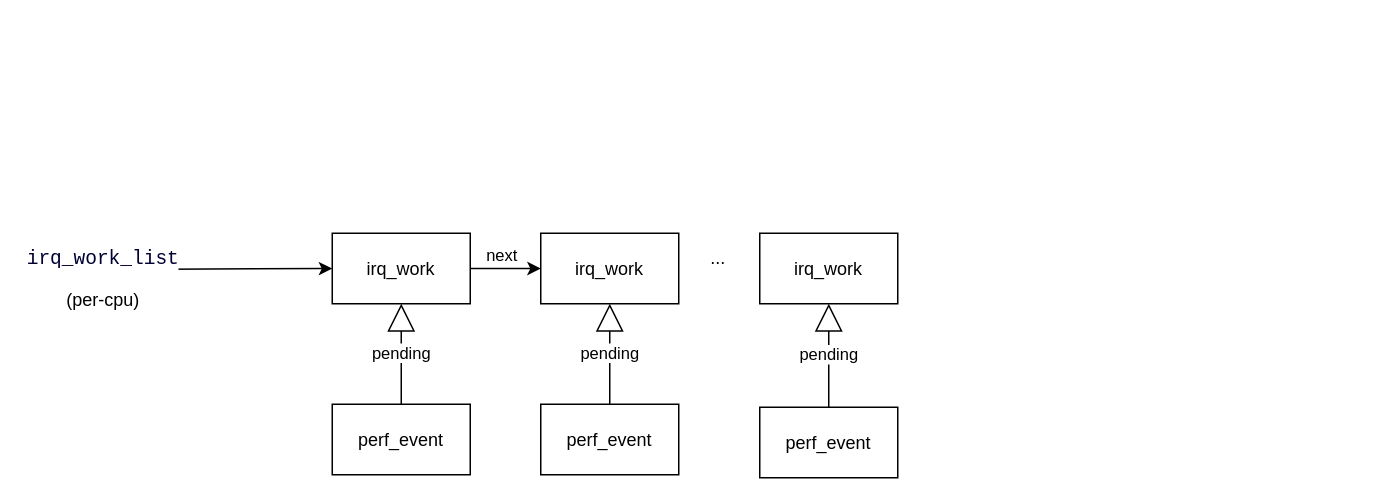
Earlier version of the draw.io diagram linux.drawio (jasonactions/graph). Source tidied: cells renumbered, new cells numbered last; positions are measured from the earlier drawing's top-left corner, leaving out a move shared by most shapes. Both pictures are drawn from the tidied source at 150%, with x=0, y=0 at pixel (26, 216).
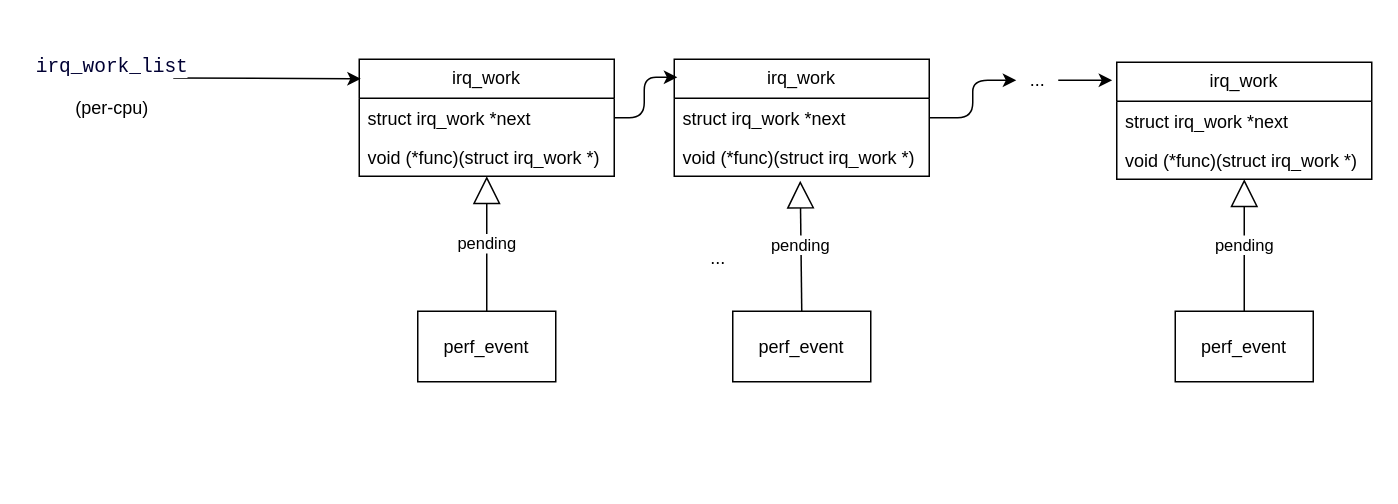
After the change.

The edit, as a diff of the source:
```diff
@@
-    <mxCell id="2" style="edgeStyle=orthogonalEdgeStyle;rounded=0;jettySize=auto;html=1;entryX=0;entryY=0.5;entryDx=0;entryDy=0;" parent="1" edge="1" source="4" target="7">
-      <mxGeometry relative="1" as="geometry" />
-    </mxCell>
-    <mxCell id="3" value="next" style="edgeLabel;html=1;align=center;verticalAlign=middle;" parent="2" vertex="1">
-      <mxGeometry x="-0.23" y="-1" relative="1" as="geometry">
-        <mxPoint x="2" y="-10" as="offset" />
-      </mxGeometry>
-    </mxCell>
-    <mxCell id="4" value="irq_work" style="rounded=0;whiteSpace=wrap;html=1;" parent="1" vertex="1">
-      <mxGeometry x="204" y="11" width="92" height="47" as="geometry" />
-    </mxCell>
-    <mxCell id="5" style="endArrow=classic;html=1;rounded=0;entryX=0;entryY=0.5;entryDx=0;entryDy=0;" parent="1" edge="1" target="4">
+    <mxCell id="5" style="endArrow=classic;html=1;rounded=0;entryX=0.006;entryY=0.167;entryDx=0;entryDy=0;entryPerimeter=0;" parent="1" edge="1" target="16">
       <mxGeometry relative="1" as="geometry">
-        <mxPoint x="92" y="35" as="sourcePoint" />
+        <mxPoint x="98" y="-92.5" as="sourcePoint" />
       </mxGeometry>
     </mxCell>
     <mxCell id="6" value="&lt;pre style=&quot;font-size: 13px; font-family: monospace; background: rgb(255, 255, 255); color: rgb(0, 0, 51); white-space: pre-wrap; font-style: normal; font-variant-ligatures: normal; font-variant-caps: normal; font-weight: 400; letter-spacing: normal; orphans: 2; text-align: start; text-indent: 0px; text-transform: none; widows: 2; word-spacing: 0px; -webkit-text-stroke-width: 0px; text-decoration-thickness: initial; text-decoration-style: initial; text-decoration-color: initial;&quot; id=&quot;b&quot;&gt;irq_work_list&lt;/pre&gt;&lt;div&gt;(per-cpu)&lt;/div&gt;" style="text;html=1;align=center;verticalAlign=middle;strokeColor=none;fillColor=none;" parent="1" vertex="1">
-      <mxGeometry y="0.5" width="101" height="68" as="geometry" />
+      <mxGeometry x="6" y="-127" width="101" height="68" as="geometry" />
     </mxCell>
-    <mxCell id="7" value="irq_work" style="rounded=0;whiteSpace=wrap;html=1;" parent="1" vertex="1">
-      <mxGeometry x="343" y="11" width="92" height="47" as="geometry" />
-    </mxCell>
-    <mxCell id="8" value="irq_work" style="rounded=0;whiteSpace=wrap;html=1;" parent="1" vertex="1">
-      <mxGeometry x="489" y="11" width="92" height="47" as="geometry" />
-    </mxCell>
@@
     <mxCell id="10" value="&lt;div&gt;&lt;div class=&quot;old-record-id-DbdAdlFTuo4FoVx9vjuccRTBneh&quot;&gt;perf_event&lt;/div&gt;&lt;/div&gt;&lt;span class=&quot;lark-record-clipboard&quot; data-lark-record-data=&quot;{&amp;quot;rootId&amp;quot;:&amp;quot;EvEZdxgZfojrwZxC1i3cj48qnFf&amp;quot;,&amp;quot;text&amp;quot;:{&amp;quot;initialAttributedTexts&amp;quot;:{&amp;quot;text&amp;quot;:{&amp;quot;0&amp;quot;:&amp;quot;perf_event&amp;quot;},&amp;quot;attribs&amp;quot;:{&amp;quot;0&amp;quot;:&amp;quot;*0+a&amp;quot;}},&amp;quot;apool&amp;quot;:{&amp;quot;numToAttrib&amp;quot;:{&amp;quot;0&amp;quot;:[&amp;quot;author&amp;quot;,&amp;quot;7205516225223376900&amp;quot;]},&amp;quot;nextNum&amp;quot;:1}},&amp;quot;type&amp;quot;:&amp;quot;text&amp;quot;,&amp;quot;referenceRecordMap&amp;quot;:{},&amp;quot;extra&amp;quot;:{&amp;quot;channel&amp;quot;:&amp;quot;saas&amp;quot;,&amp;quot;pasteRandomId&amp;quot;:&amp;quot;04f69d90-2b6a-4cc3-8aef-b4d04ab2ffdf&amp;quot;,&amp;quot;mention_page_title&amp;quot;:{},&amp;quot;external_mention_url&amp;quot;:{}},&amp;quot;isKeepQuoteContainer&amp;quot;:false,&amp;quot;isFromCode&amp;quot;:false,&amp;quot;selection&amp;quot;:[{&amp;quot;id&amp;quot;:115,&amp;quot;type&amp;quot;:&amp;quot;text&amp;quot;,&amp;quot;selection&amp;quot;:{&amp;quot;start&amp;quot;:7,&amp;quot;end&amp;quot;:17},&amp;quot;recordId&amp;quot;:&amp;quot;DbdAdlFTuo4FoVx9vjuccRTBneh&amp;quot;}],&amp;quot;payloadMap&amp;quot;:{},&amp;quot;isCut&amp;quot;:false}&quot;&gt;&lt;/span&gt;" style="rounded=0;whiteSpace=wrap;html=1;" parent="1" vertex="1">
-      <mxGeometry x="204" y="125" width="92" height="47" as="geometry" />
+      <mxGeometry x="261" y="63" width="92" height="47" as="geometry" />
     </mxCell>
-    <mxCell id="11" value="pending" style="endArrow=block;endSize=16;endFill=0;html=1;rounded=0;exitX=0.5;exitY=0;exitDx=0;exitDy=0;entryX=0.5;entryY=1;entryDx=0;entryDy=0;" parent="1" edge="1" source="10" target="4">
+    <mxCell id="11" value="pending" style="endArrow=block;endSize=16;endFill=0;html=1;rounded=0;exitX=0.5;exitY=0;exitDx=0;exitDy=0;entryX=0.5;entryY=1;entryDx=0;entryDy=0;" parent="1" edge="1" source="10" target="16">
       <mxGeometry relative="1" as="geometry" />
     </mxCell>
     <mxCell id="12" value="&lt;div&gt;&lt;div class=&quot;old-record-id-DbdAdlFTuo4FoVx9vjuccRTBneh&quot;&gt;perf_event&lt;/div&gt;&lt;/div&gt;&lt;span class=&quot;lark-record-clipboard&quot; data-lark-record-data=&quot;{&amp;quot;rootId&amp;quot;:&amp;quot;EvEZdxgZfojrwZxC1i3cj48qnFf&amp;quot;,&amp;quot;text&amp;quot;:{&amp;quot;initialAttributedTexts&amp;quot;:{&amp;quot;text&amp;quot;:{&amp;quot;0&amp;quot;:&amp;quot;perf_event&amp;quot;},&amp;quot;attribs&amp;quot;:{&amp;quot;0&amp;quot;:&amp;quot;*0+a&amp;quot;}},&amp;quot;apool&amp;quot;:{&amp;quot;numToAttrib&amp;quot;:{&amp;quot;0&amp;quot;:[&amp;quot;author&amp;quot;,&amp;quot;7205516225223376900&amp;quot;]},&amp;quot;nextNum&amp;quot;:1}},&amp;quot;type&amp;quot;:&amp;quot;text&amp;quot;,&amp;quot;referenceRecordMap&amp;quot;:{},&amp;quot;extra&amp;quot;:{&amp;quot;channel&amp;quot;:&amp;quot;saas&amp;quot;,&amp;quot;pasteRandomId&amp;quot;:&amp;quot;04f69d90-2b6a-4cc3-8aef-b4d04ab2ffdf&amp;quot;,&amp;quot;mention_page_title&amp;quot;:{},&amp;quot;external_mention_url&amp;quot;:{}},&amp;quot;isKeepQuoteContainer&amp;quot;:false,&amp;quot;isFromCode&amp;quot;:false,&amp;quot;selection&amp;quot;:[{&amp;quot;id&amp;quot;:115,&amp;quot;type&amp;quot;:&amp;quot;text&amp;quot;,&amp;quot;selection&amp;quot;:{&amp;quot;start&amp;quot;:7,&amp;quot;end&amp;quot;:17},&amp;quot;recordId&amp;quot;:&amp;quot;DbdAdlFTuo4FoVx9vjuccRTBneh&amp;quot;}],&amp;quot;payloadMap&amp;quot;:{},&amp;quot;isCut&amp;quot;:false}&quot;&gt;&lt;/span&gt;" style="rounded=0;whiteSpace=wrap;html=1;" parent="1" vertex="1">
-      <mxGeometry x="343" y="125" width="92" height="47" as="geometry" />
+      <mxGeometry x="471" y="63" width="92" height="47" as="geometry" />
     </mxCell>
-    <mxCell id="13" value="pending" style="endArrow=block;endSize=16;endFill=0;html=1;rounded=0;exitX=0.5;exitY=0;exitDx=0;exitDy=0;entryX=0.5;entryY=1;entryDx=0;entryDy=0;" parent="1" edge="1" source="12" target="7">
+    <mxCell id="13" value="pending" style="endArrow=block;endSize=16;endFill=0;html=1;rounded=0;exitX=0.5;exitY=0;exitDx=0;exitDy=0;entryX=0.494;entryY=1.115;entryDx=0;entryDy=0;entryPerimeter=0;" parent="1" edge="1" source="12" target="21">
       <mxGeometry relative="1" as="geometry" />
     </mxCell>
     <mxCell id="14" value="&lt;div&gt;&lt;div class=&quot;old-record-id-DbdAdlFTuo4FoVx9vjuccRTBneh&quot;&gt;perf_event&lt;/div&gt;&lt;/div&gt;&lt;span class=&quot;lark-record-clipboard&quot; data-lark-record-data=&quot;{&amp;quot;rootId&amp;quot;:&amp;quot;EvEZdxgZfojrwZxC1i3cj48qnFf&amp;quot;,&amp;quot;text&amp;quot;:{&amp;quot;initialAttributedTexts&amp;quot;:{&amp;quot;text&amp;quot;:{&amp;quot;0&amp;quot;:&amp;quot;perf_event&amp;quot;},&amp;quot;attribs&amp;quot;:{&amp;quot;0&amp;quot;:&amp;quot;*0+a&amp;quot;}},&amp;quot;apool&amp;quot;:{&amp;quot;numToAttrib&amp;quot;:{&amp;quot;0&amp;quot;:[&amp;quot;author&amp;quot;,&amp;quot;7205516225223376900&amp;quot;]},&amp;quot;nextNum&amp;quot;:1}},&amp;quot;type&amp;quot;:&amp;quot;text&amp;quot;,&amp;quot;referenceRecordMap&amp;quot;:{},&amp;quot;extra&amp;quot;:{&amp;quot;channel&amp;quot;:&amp;quot;saas&amp;quot;,&amp;quot;pasteRandomId&amp;quot;:&amp;quot;04f69d90-2b6a-4cc3-8aef-b4d04ab2ffdf&amp;quot;,&amp;quot;mention_page_title&amp;quot;:{},&amp;quot;external_mention_url&amp;quot;:{}},&amp;quot;isKeepQuoteContainer&amp;quot;:false,&amp;quot;isFromCode&amp;quot;:false,&amp;quot;selection&amp;quot;:[{&amp;quot;id&amp;quot;:115,&amp;quot;type&amp;quot;:&amp;quot;text&amp;quot;,&amp;quot;selection&amp;quot;:{&amp;quot;start&amp;quot;:7,&amp;quot;end&amp;quot;:17},&amp;quot;recordId&amp;quot;:&amp;quot;DbdAdlFTuo4FoVx9vjuccRTBneh&amp;quot;}],&amp;quot;payloadMap&amp;quot;:{},&amp;quot;isCut&amp;quot;:false}&quot;&gt;&lt;/span&gt;" style="rounded=0;whiteSpace=wrap;html=1;" parent="1" vertex="1">
-      <mxGeometry x="489" y="127" width="92" height="47" as="geometry" />
+      <mxGeometry x="766" y="63" width="92" height="47" as="geometry" />
     </mxCell>
-    <mxCell id="15" value="pending" style="endArrow=block;endSize=16;endFill=0;html=1;rounded=0;exitX=0.5;exitY=0;exitDx=0;exitDy=0;entryX=0.5;entryY=1;entryDx=0;entryDy=0;" parent="1" edge="1" source="14" target="8">
+    <mxCell id="15" value="pending" style="endArrow=block;endSize=16;endFill=0;html=1;rounded=0;exitX=0.5;exitY=0;exitDx=0;exitDy=0;entryX=0.5;entryY=1;entryDx=0;entryDy=0;" parent="1" edge="1" source="14" target="22">
       <mxGeometry relative="1" as="geometry" />
     </mxCell>
+    <mxCell id="16" value="irq_work" style="swimlane;fontStyle=0;horizontal=1;startSize=26;fillColor=none;whiteSpace=wrap;html=1;" parent="1" vertex="1">
+      <mxGeometry x="222" y="-105" width="170" height="78" as="geometry" />
+    </mxCell>
+    <mxCell id="17" value="struct irq_work *next" style="text;strokeColor=none;fillColor=none;align=left;verticalAlign=top;spacingLeft=4;spacingRight=4;overflow=hidden;points=[[0,0.5],[1,0.5]];portConstraint=eastwest;whiteSpace=wrap;html=1;" parent="16" vertex="1">
+      <mxGeometry y="26" width="170" height="26" as="geometry" />
+    </mxCell>
+    <mxCell id="18" value="void (*func)(struct irq_work *)" style="text;strokeColor=none;fillColor=none;align=left;verticalAlign=top;spacingLeft=4;spacingRight=4;overflow=hidden;whiteSpace=wrap;html=1;" parent="16" vertex="1">
+      <mxGeometry y="52" width="170" height="26" as="geometry" />
+    </mxCell>
+    <mxCell id="19" value="irq_work" style="swimlane;fontStyle=0;horizontal=1;startSize=26;fillColor=none;whiteSpace=wrap;html=1;" parent="1" vertex="1">
+      <mxGeometry x="432" y="-105" width="170" height="78" as="geometry" />
+    </mxCell>
+    <mxCell id="20" value="struct irq_work *next" style="text;strokeColor=none;fillColor=none;align=left;verticalAlign=top;spacingLeft=4;spacingRight=4;overflow=hidden;points=[[0,0.5],[1,0.5]];portConstraint=eastwest;whiteSpace=wrap;html=1;" parent="19" vertex="1">
+      <mxGeometry y="26" width="170" height="26" as="geometry" />
+    </mxCell>
+    <mxCell id="21" value="void (*func)(struct irq_work *)" style="text;strokeColor=none;fillColor=none;align=left;verticalAlign=top;spacingLeft=4;spacingRight=4;overflow=hidden;points=[[0,0.5],[1,0.5]];portConstraint=eastwest;whiteSpace=wrap;html=1;" parent="19" vertex="1">
+      <mxGeometry y="52" width="170" height="26" as="geometry" />
+    </mxCell>
+    <mxCell id="22" value="irq_work" style="swimlane;fontStyle=0;horizontal=1;startSize=26;fillColor=none;whiteSpace=wrap;html=1;" parent="1" vertex="1">
+      <mxGeometry x="727" y="-103" width="170" height="78" as="geometry" />
+    </mxCell>
+    <mxCell id="23" value="struct irq_work *next" style="text;strokeColor=none;fillColor=none;align=left;verticalAlign=top;spacingLeft=4;spacingRight=4;overflow=hidden;whiteSpace=wrap;html=1;" parent="22" vertex="1">
+      <mxGeometry y="26" width="170" height="26" as="geometry" />
+    </mxCell>
+    <mxCell id="24" value="void (*func)(struct irq_work *)" style="text;strokeColor=none;fillColor=none;align=left;verticalAlign=top;spacingLeft=4;spacingRight=4;overflow=hidden;whiteSpace=wrap;html=1;" parent="22" vertex="1">
+      <mxGeometry y="52" width="170" height="26" as="geometry" />
+    </mxCell>
+    <mxCell id="25" style="edgeStyle=orthogonalEdgeStyle;rounded=1;jettySize=auto;html=1;entryX=0.012;entryY=0.154;entryDx=0;entryDy=0;entryPerimeter=0;curved=0;" parent="1" edge="1" source="17" target="19">
+      <mxGeometry relative="1" as="geometry" />
+    </mxCell>
+    <mxCell id="26" value="..." style="text;html=1;align=center;verticalAlign=middle;points=[];strokeColor=none;fillColor=none;" parent="1" vertex="1">
+      <mxGeometry x="660" y="-104" width="28" height="26" as="geometry" />
+    </mxCell>
+    <mxCell id="27" style="edgeStyle=orthogonalEdgeStyle;rounded=1;jettySize=auto;html=1;curved=0;" parent="1" edge="1" source="20" target="26">
+      <mxGeometry relative="1" as="geometry" />
+    </mxCell>
+    <mxCell id="28" style="edgeStyle=orthogonalEdgeStyle;rounded=0;jettySize=auto;html=1;entryX=-0.018;entryY=0.154;entryDx=0;entryDy=0;entryPerimeter=0;" parent="1" edge="1" source="26" target="22">
+      <mxGeometry relative="1" as="geometry" />
+    </mxCell>
```
